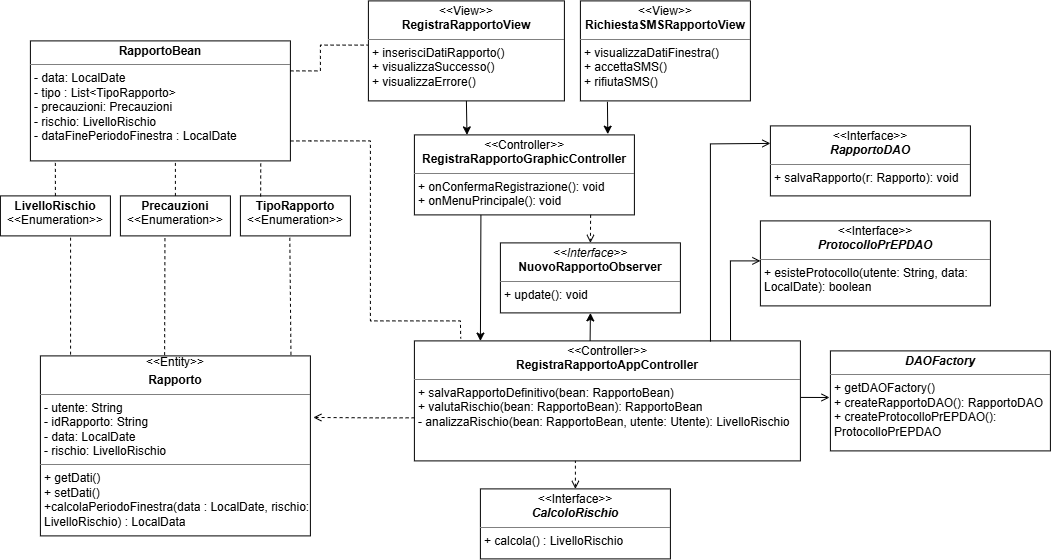
This is deliverables/MVC-RegistraRapporto.png from Giulia120/TiRiguarda, a draw.io export, as it was before one commit. Source tidied: cells renumbered, new cells last; positions are measured from the earlier drawing's top-left corner, leaving out a move shared by most shapes.
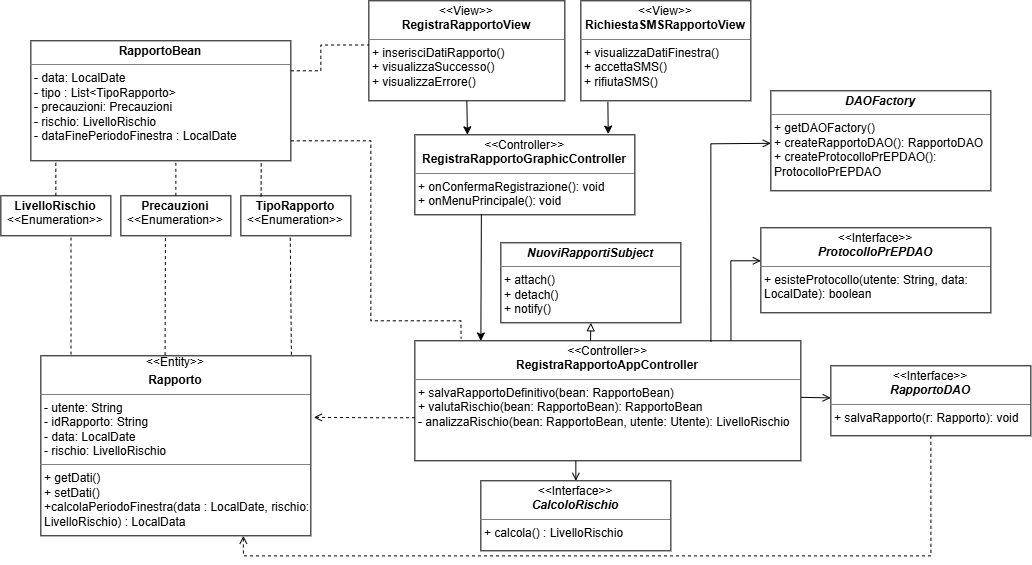
Above is the later version.

The edit, as a diff of the source:
```diff
@@ -67,16 +67,19 @@
         </Array>
       </mxGeometry>
     </mxCell>
+    <mxCell id="34" style="edgeStyle=orthogonalEdgeStyle;rounded=0;jettySize=auto;html=1;exitX=0.5;exitY=1;exitDx=0;exitDy=0;entryX=0.75;entryY=1;entryDx=0;entryDy=0;dashed=1;endArrow=open;endFill=0;" parent="1" edge="1" source="18" target="13">
+      <mxGeometry relative="1" as="geometry" />
+    </mxCell>
     <mxCell id="18" value="&lt;p style=&quot;margin:0px;margin-top:4px;text-align:center;&quot;&gt;&amp;lt;&amp;lt;Interface&amp;gt;&amp;gt;&lt;br&gt;&lt;b&gt;&lt;i&gt;RapportoDAO&lt;/i&gt;&lt;/b&gt;&lt;/p&gt;&lt;hr size=&quot;1&quot; style=&quot;border-style:solid;&quot;&gt;&lt;p style=&quot;margin:0px;margin-left:4px;&quot;&gt;&lt;/p&gt;&lt;p style=&quot;margin:0px;margin-left:4px;&quot;&gt;+ salvaRapporto(r: Rapporto): void&lt;/p&gt;" style="verticalAlign=top;align=left;overflow=fill;html=1;whiteSpace=wrap;" parent="1" vertex="1">
-      <mxGeometry x="770" y="125" width="200" height="70" as="geometry" />
+      <mxGeometry x="830" y="365" width="200" height="70" as="geometry" />
     </mxCell>
     <mxCell id="19" value="&lt;p style=&quot;margin:0px;margin-top:4px;text-align:center;&quot;&gt;&lt;b&gt;&lt;i&gt;DAOFactory&lt;/i&gt;&lt;/b&gt;&lt;/p&gt;&lt;hr size=&quot;1&quot; style=&quot;border-style:solid;&quot;&gt;&lt;p style=&quot;margin:0px;margin-left:4px;&quot;&gt;&lt;/p&gt;&lt;p style=&quot;margin:0px;margin-left:4px;&quot;&gt;+ getDAOFactory()&lt;br&gt;+ createRapportoDAO(): RapportoDAO&lt;/p&gt;&lt;p style=&quot;margin:0px;margin-left:4px;&quot;&gt;+ createProtocolloPrEPDAO(): ProtocolloPrEPDAO&lt;/p&gt;" style="verticalAlign=top;align=left;overflow=fill;html=1;whiteSpace=wrap;" parent="1" vertex="1">
-      <mxGeometry x="830" y="350" width="220" height="100" as="geometry" />
+      <mxGeometry x="770" y="90" width="220" height="100" as="geometry" />
     </mxCell>
     <mxCell id="20" value="&lt;p style=&quot;margin:0px;margin-top:4px;text-align:center;&quot;&gt;&amp;lt;&amp;lt;Interface&amp;gt;&amp;gt;&lt;br&gt;&lt;b&gt;&lt;i&gt;ProtocolloPrEPDAO&lt;/i&gt;&lt;/b&gt;&lt;/p&gt;&lt;hr size=&quot;1&quot; style=&quot;border-style:solid;&quot;&gt;&lt;p style=&quot;margin:0px;margin-left:4px;&quot;&gt;&lt;/p&gt;&lt;p style=&quot;margin:0px;margin-left:4px;&quot;&gt;+ esisteProtocollo(utente: String, data: LocalDate): boolean&lt;/p&gt;" style="verticalAlign=top;align=left;overflow=fill;html=1;whiteSpace=wrap;" parent="1" vertex="1">
-      <mxGeometry x="760" y="220" width="230" height="85" as="geometry" />
+      <mxGeometry x="760" y="227" width="230" height="85" as="geometry" />
     </mxCell>
-    <mxCell id="21" style="endArrow=open;html=1;rounded=0;endFill=0;exitX=1.001;exitY=0.471;exitDx=0;exitDy=0;entryX=-0.004;entryY=0.466;entryDx=0;entryDy=0;entryPerimeter=0;exitPerimeter=0;" parent="1" edge="1" source="3" target="19">
+    <mxCell id="21" style="endArrow=open;html=1;rounded=0;endFill=0;exitX=1.001;exitY=0.471;exitDx=0;exitDy=0;exitPerimeter=0;entryX=-0.001;entryY=0.459;entryDx=0;entryDy=0;entryPerimeter=0;" parent="1" edge="1" source="3" target="18">
       <mxGeometry relative="1" as="geometry" />
     </mxCell>
     <mxCell id="22" style="endArrow=open;html=1;rounded=0;exitX=0.819;exitY=-0.003;exitDx=0;exitDy=0;exitPerimeter=0;endFill=0;" parent="1" edge="1" source="3">
@@ -87,17 +90,18 @@
         </Array>
       </mxGeometry>
     </mxCell>
-    <mxCell id="23" style="endArrow=open;html=1;rounded=0;exitX=0.767;exitY=0.006;exitDx=0;exitDy=0;entryX=0;entryY=0.25;entryDx=0;entryDy=0;endFill=0;exitPerimeter=0;" parent="1" edge="1" source="3" target="18">
+    <mxCell id="23" style="endArrow=open;html=1;rounded=0;exitX=0.767;exitY=0.006;exitDx=0;exitDy=0;endFill=0;exitPerimeter=0;" parent="1" edge="1" source="3">
       <mxGeometry relative="1" as="geometry">
+        <mxPoint x="770" y="142.5" as="targetPoint" />
         <Array as="points">
           <mxPoint x="710" y="143" />
         </Array>
       </mxGeometry>
     </mxCell>
     <mxCell id="24" value="&lt;p style=&quot;margin:0px;margin-top:4px;text-align:center;&quot;&gt;&amp;lt;&amp;lt;Interface&amp;gt;&amp;gt;&lt;br&gt;&lt;b&gt;&lt;i&gt;CalcoloRischio&lt;/i&gt;&lt;/b&gt;&lt;/p&gt;&lt;hr size=&quot;1&quot; style=&quot;border-style:solid;&quot;&gt;&lt;p style=&quot;margin:0px;margin-left:4px;&quot;&gt;&lt;/p&gt;&lt;p style=&quot;margin:0px;margin-left:4px;&quot;&gt;+ calcola() : LivelloRischio&lt;/p&gt;" style="verticalAlign=top;align=left;overflow=fill;html=1;whiteSpace=wrap;" parent="1" vertex="1">
-      <mxGeometry x="480" y="488" width="190" height="70" as="geometry" />
+      <mxGeometry x="480" y="480" width="190" height="70" as="geometry" />
     </mxCell>
-    <mxCell id="25" style="endArrow=none;dashed=1;html=1;rounded=0;exitX=0.5;exitY=0;exitDx=0;exitDy=0;endFill=0;startArrow=open;startFill=0;" parent="1" edge="1" source="24">
+    <mxCell id="25" style="endArrow=none;html=1;rounded=0;exitX=0.5;exitY=0;exitDx=0;exitDy=0;endFill=0;startArrow=open;startFill=0;" parent="1" edge="1" source="24">
       <mxGeometry relative="1" as="geometry">
         <mxPoint x="575" y="460" as="targetPoint" />
       </mxGeometry>
@@ -125,13 +129,10 @@
     <mxCell id="30" style="endArrow=classic;html=1;rounded=0;exitX=0.159;exitY=1.009;exitDx=0;exitDy=0;entryX=0.879;entryY=-0.009;entryDx=0;entryDy=0;entryPerimeter=0;exitPerimeter=0;" parent="1" edge="1" source="4" target="26">
       <mxGeometry relative="1" as="geometry" />
     </mxCell>
-    <mxCell id="31" value="&lt;p style=&quot;margin:0px;margin-top:4px;text-align:center;&quot;&gt;&lt;i&gt;&amp;lt;&amp;lt;Interface&amp;gt;&amp;gt;&lt;br&gt;&lt;/i&gt;&lt;b&gt;NuovoRapportoObserver&lt;/b&gt;&lt;/p&gt;&lt;hr size=&quot;1&quot; style=&quot;border-style:solid;&quot;&gt;&lt;p style=&quot;margin:0px;margin-left:4px;&quot;&gt;+ update(): void&lt;/p&gt;" style="verticalAlign=top;align=left;overflow=fill;html=1;whiteSpace=wrap;" parent="1" vertex="1">
-      <mxGeometry x="500" y="242" width="180" height="70" as="geometry" />
+    <mxCell id="31" value="&lt;p style=&quot;margin:0px;margin-top:4px;text-align:center;&quot;&gt;&lt;b&gt;&lt;i&gt;NuoviRapportiSubject&lt;/i&gt;&lt;/b&gt;&lt;/p&gt;&lt;hr size=&quot;1&quot; style=&quot;border-style:solid;&quot;&gt;&lt;p style=&quot;margin:0px;margin-left:4px;&quot;&gt;+ attach()&lt;/p&gt;&lt;p style=&quot;margin:0px;margin-left:4px;&quot;&gt;+ detach()&lt;/p&gt;&lt;p style=&quot;margin:0px;margin-left:4px;&quot;&gt;+ notify()&lt;/p&gt;" style="verticalAlign=top;align=left;overflow=fill;html=1;whiteSpace=wrap;" parent="1" vertex="1">
+      <mxGeometry x="500" y="242" width="180" height="80" as="geometry" />
     </mxCell>
-    <mxCell id="32" style="endArrow=open;html=1;rounded=0;exitX=0.801;exitY=0.999;exitDx=0;exitDy=0;exitPerimeter=0;entryX=0.5;entryY=0;entryDx=0;entryDy=0;endFill=0;startArrow=none;startFill=0;dashed=1;" parent="1" edge="1" source="26" target="31">
-      <mxGeometry relative="1" as="geometry" />
-    </mxCell>
-    <mxCell id="33" style="endArrow=none;html=1;rounded=0;exitX=0.5;exitY=1;exitDx=0;exitDy=0;entryX=0.5;entryY=0;entryDx=0;entryDy=0;endFill=0;startArrow=classic;startFill=1;" parent="1" edge="1" source="31">
+    <mxCell id="33" style="endArrow=none;html=1;rounded=0;exitX=0.5;exitY=1;exitDx=0;exitDy=0;entryX=0.5;entryY=0;entryDx=0;entryDy=0;endFill=0;startArrow=block;startFill=0;" parent="1" edge="1" source="31">
       <mxGeometry relative="1" as="geometry">
         <mxPoint x="589.7" y="340" as="targetPoint" />
       </mxGeometry>
```
